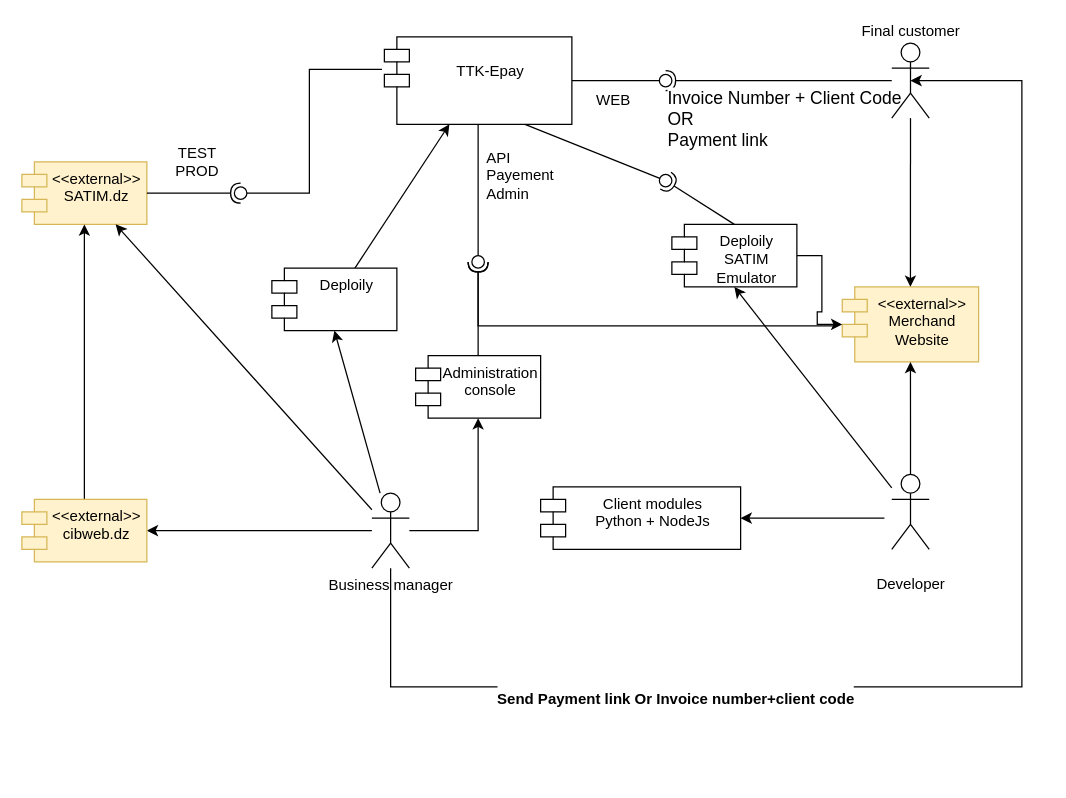
Above: page "TTK-Epay-ecosystem" (1 of 3) of analysis-docs/bpmnworkflow.drawio in deploily/deploily-documentation (draw.io), before the change. Source tidied: cells renumbered, new cells numbered last; positions are measured from the earlier drawing's top-left corner, leaving out a move shared by most shapes. Both pictures are drawn from the tidied source at 125%, with x=0, y=0 at pixel (21, 36).
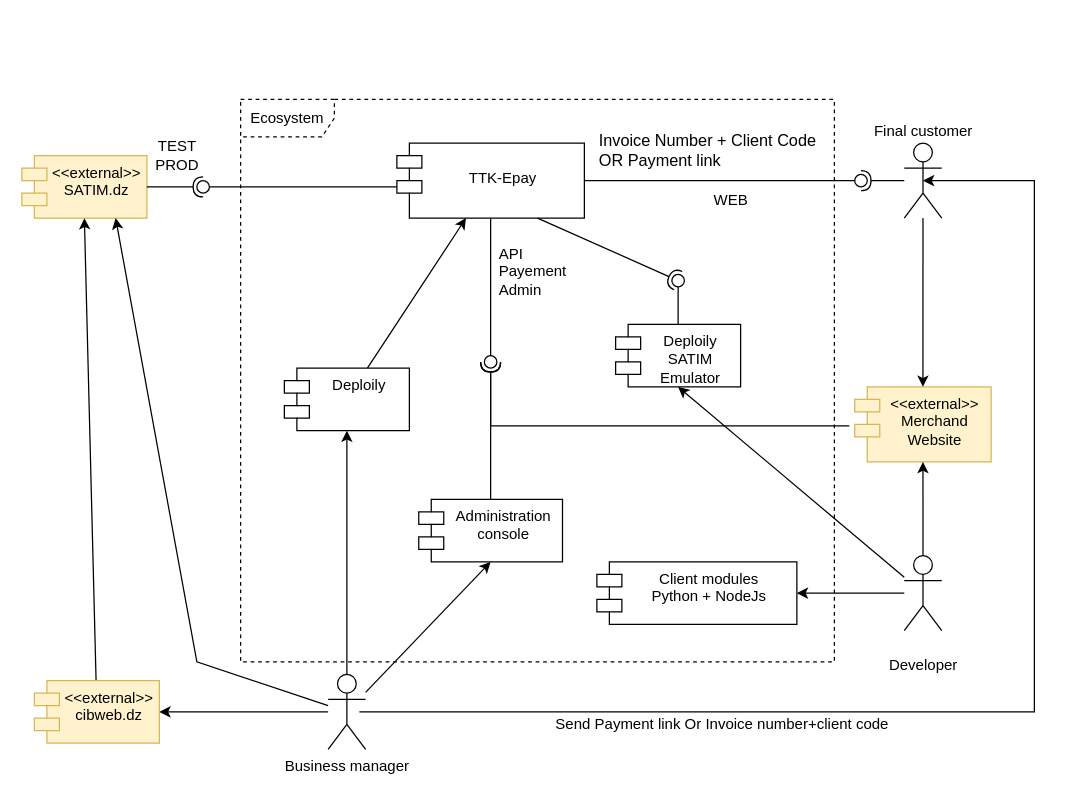
Above is the later version.

The edit, as a diff of the source:
```diff
@@
     <mxCell id="2" value="&lt;br&gt;TTK-Epay" style="shape=module;align=left;spacingLeft=20;align=center;verticalAlign=top;whiteSpace=wrap;html=1;" parent="1" vertex="1">
-      <mxGeometry x="290" width="150" height="70" as="geometry" />
+      <mxGeometry x="300" y="85" width="150" height="60" as="geometry" />
     </mxCell>
-    <mxCell id="3" style="rounded=0;jettySize=auto;html=1;endArrow=halfCircle;endFill=0;endSize=6;strokeWidth=1;sketch=0;exitX=0.5;exitY=0;exitDx=0;exitDy=0;edgeStyle=orthogonalEdgeStyle;" parent="1" edge="1" source="12" target="6">
-      <mxGeometry relative="1" as="geometry" />
-    </mxCell>
-    <mxCell id="4" style="rounded=0;jettySize=auto;html=1;endArrow=oval;endFill=0;sketch=0;sourcePerimeterSpacing=0;targetPerimeterSpacing=0;endSize=10;exitX=0.5;exitY=1;exitDx=0;exitDy=0;" parent="1" edge="1" source="2" target="6">
-      <mxGeometry relative="1" as="geometry" />
-    </mxCell>
+    <mxCell id="41" style="rounded=0;jettySize=auto;html=1;endArrow=halfCircle;endFill=0;endSize=6;strokeWidth=1;sketch=0;exitX=0.5;exitY=0;exitDx=0;exitDy=0;edgeStyle=orthogonalEdgeStyle;" parent="1" edge="1" source="12" target="43">
+      <mxGeometry relative="1" as="geometry" />
+    </mxCell>
+    <mxCell id="42" style="rounded=0;jettySize=auto;html=1;endArrow=oval;endFill=0;sketch=0;sourcePerimeterSpacing=0;targetPerimeterSpacing=0;endSize=10;exitX=0.5;exitY=1;exitDx=0;exitDy=0;" parent="1" edge="1" source="2" target="43">
+      <mxGeometry relative="1" as="geometry" />
+    </mxCell>
-    <mxCell id="5" value="&lt;font style=&quot;font-size: 12px;&quot;&gt;API&lt;br&gt;Payement&lt;br&gt;Admin&lt;/font&gt;" style="edgeLabel;html=1;align=left;verticalAlign=middle;" parent="4" vertex="1">
+    <mxCell id="5" value="&lt;font style=&quot;font-size: 12px;&quot;&gt;API&lt;br&gt;Payement&lt;br&gt;Admin&lt;/font&gt;" style="edgeLabel;html=1;align=left;verticalAlign=middle;" parent="42" vertex="1">
       <mxGeometry x="-0.41" y="2" relative="1" as="geometry">
         <mxPoint x="3" y="8" as="offset" />
       </mxGeometry>
     </mxCell>
-    <mxCell id="6" style="ellipse;whiteSpace=wrap;html=1;align=center;fillColor=none;strokeColor=none;perimeter=centerPerimeter;points=[];outlineConnect=1;" parent="1" vertex="1">
-      <mxGeometry x="360" y="175" width="10" height="10" as="geometry" />
-    </mxCell>
-    <mxCell id="7" style="rounded=0;jettySize=auto;html=1;endArrow=halfCircle;endFill=0;endSize=6;strokeWidth=1;sketch=0;" parent="1" edge="1" source="19" target="11">
-      <mxGeometry relative="1" as="geometry" />
-    </mxCell>
+    <mxCell id="43" style="ellipse;whiteSpace=wrap;html=1;align=center;fillColor=none;strokeColor=none;perimeter=centerPerimeter;points=[];outlineConnect=1;" parent="1" vertex="1">
+      <mxGeometry x="370" y="255" width="10" height="10" as="geometry" />
+    </mxCell>
+    <mxCell id="44" style="rounded=0;jettySize=auto;html=1;endArrow=halfCircle;endFill=0;endSize=6;strokeWidth=1;sketch=0;" parent="1" edge="1" source="19" target="46">
+      <mxGeometry relative="1" as="geometry" />
+    </mxCell>
-    <mxCell id="8" value="&lt;font style=&quot;font-size: 14px;&quot;&gt;Invoice Number + Client Code&lt;br&gt;OR &lt;br&gt;Payment link&lt;/font&gt;" style="edgeLabel;html=1;align=left;verticalAlign=middle;" parent="7" vertex="1">
+    <mxCell id="8" value="&lt;font&gt;Invoice Number + Client Code&lt;br&gt;OR&amp;nbsp;Payment link&lt;/font&gt;" style="edgeLabel;html=1;align=left;verticalAlign=middle;fontSize=13;" parent="44" vertex="1">
       <mxGeometry x="-0.26" relative="1" as="geometry">
-        <mxPoint x="-114" y="30" as="offset" />
+        <mxPoint x="-233" y="-25" as="offset" />
       </mxGeometry>
     </mxCell>
-    <mxCell id="9" style="rounded=0;jettySize=auto;html=1;endArrow=oval;endFill=0;sketch=0;sourcePerimeterSpacing=0;targetPerimeterSpacing=0;endSize=10;exitX=1;exitY=0.5;exitDx=0;exitDy=0;" parent="1" edge="1" source="2" target="11">
-      <mxGeometry relative="1" as="geometry" />
-    </mxCell>
+    <mxCell id="45" style="rounded=0;jettySize=auto;html=1;endArrow=oval;endFill=0;sketch=0;sourcePerimeterSpacing=0;targetPerimeterSpacing=0;endSize=10;exitX=1;exitY=0.5;exitDx=0;exitDy=0;" parent="1" edge="1" source="2" target="46">
+      <mxGeometry relative="1" as="geometry" />
+    </mxCell>
-    <mxCell id="10" value="&lt;font style=&quot;font-size: 12px;&quot;&gt;WEB&lt;/font&gt;" style="edgeLabel;html=1;align=center;verticalAlign=middle;" parent="9" vertex="1">
+    <mxCell id="10" value="&lt;font style=&quot;font-size: 12px;&quot;&gt;WEB&lt;/font&gt;" style="edgeLabel;html=1;align=center;verticalAlign=middle;" parent="45" vertex="1">
       <mxGeometry x="0.16" y="-1" relative="1" as="geometry">
         <mxPoint x="-12" y="14" as="offset" />
       </mxGeometry>
     </mxCell>
-    <mxCell id="11" style="ellipse;whiteSpace=wrap;html=1;align=center;fillColor=none;strokeColor=none;perimeter=centerPerimeter;points=[];outlineConnect=1;" parent="1" vertex="1">
-      <mxGeometry x="510" y="30" width="10" height="10" as="geometry" />
-    </mxCell>
+    <mxCell id="46" style="ellipse;whiteSpace=wrap;html=1;align=center;fillColor=none;strokeColor=none;perimeter=centerPerimeter;points=[];outlineConnect=1;" parent="1" vertex="1">
+      <mxGeometry x="666.3" y="110" width="10" height="10" as="geometry" />
+    </mxCell>
     <mxCell id="12" value="Administration console" style="shape=module;align=left;spacingLeft=20;align=center;verticalAlign=top;whiteSpace=wrap;html=1;" parent="1" vertex="1">
-      <mxGeometry x="315" y="255" width="100" height="50" as="geometry" />
+      <mxGeometry x="317.5" y="370" width="115" height="50" as="geometry" />
     </mxCell>
     <mxCell id="13" value="&amp;lt;&amp;lt;external&amp;gt;&amp;gt;&lt;br&gt;Merchand Website" style="shape=module;align=left;spacingLeft=20;align=center;verticalAlign=top;whiteSpace=wrap;html=1;fillColor=#fff2cc;strokeColor=#d6b656;" parent="1" vertex="1">
-      <mxGeometry x="656.3" y="200" width="109.1" height="60" as="geometry" />
+      <mxGeometry x="666.3" y="280" width="109.1" height="60" as="geometry" />
     </mxCell>
-    <mxCell id="14" style="rounded=0;jettySize=auto;html=1;endArrow=halfCircle;endFill=0;endSize=6;strokeWidth=1;sketch=0;exitX=-0.04;exitY=0.52;exitDx=0;exitDy=0;edgeStyle=orthogonalEdgeStyle;exitPerimeter=0;" parent="1" edge="1" source="13" target="6">
-      <mxGeometry relative="1" as="geometry" />
-    </mxCell>
-    <mxCell id="15" style="edgeStyle=orthogonalEdgeStyle;rounded=0;jettySize=auto;html=1;" parent="1" edge="1" source="16" target="13">
-      <mxGeometry relative="1" as="geometry" />
-    </mxCell>
+    <mxCell id="47" style="rounded=0;jettySize=auto;html=1;endArrow=halfCircle;endFill=0;endSize=6;strokeWidth=1;sketch=0;exitX=-0.04;exitY=0.52;exitDx=0;exitDy=0;edgeStyle=orthogonalEdgeStyle;exitPerimeter=0;" parent="1" edge="1" source="13" target="43">
+      <mxGeometry relative="1" as="geometry" />
+    </mxCell>
     <mxCell id="16" value="Deploily&lt;br&gt;SATIM Emulator" style="shape=module;align=left;spacingLeft=20;align=center;verticalAlign=top;whiteSpace=wrap;html=1;" parent="1" vertex="1">
-      <mxGeometry x="520" y="150" width="100" height="50" as="geometry" />
+      <mxGeometry x="475" y="230" width="100" height="50" as="geometry" />
     </mxCell>
     <mxCell id="17" value="&amp;lt;&amp;lt;external&amp;gt;&amp;gt;&lt;br&gt;SATIM.dz" style="shape=module;align=left;spacingLeft=20;align=center;verticalAlign=top;whiteSpace=wrap;html=1;fillColor=#fff2cc;strokeColor=#d6b656;" parent="1" vertex="1">
-      <mxGeometry y="100" width="100" height="50" as="geometry" />
+      <mxGeometry y="95" width="100" height="50" as="geometry" />
     </mxCell>
@@
     <mxCell id="19" value="Final customer" style="shape=umlActor;verticalLabelPosition=top;verticalAlign=bottom;html=1;labelPosition=center;align=center;" parent="1" vertex="1">
-      <mxGeometry x="695.9" y="5" width="30" height="60" as="geometry" />
+      <mxGeometry x="705.9" y="85" width="30" height="60" as="geometry" />
     </mxCell>
@@
-    <mxCell id="21" style="rounded=0;jettySize=auto;html=1;entryX=1;entryY=0.5;entryDx=0;entryDy=0;" parent="1" edge="1" target="35">
-      <mxGeometry relative="1" as="geometry">
-        <mxPoint x="690" y="385" as="sourcePoint" />
-      </mxGeometry>
-    </mxCell>
+    <mxCell id="48" style="rounded=0;jettySize=auto;html=1;entryX=1;entryY=0.5;entryDx=0;entryDy=0;" parent="1" edge="1" source="23" target="35">
+      <mxGeometry relative="1" as="geometry" />
+    </mxCell>
@@
     <mxCell id="23" value="&lt;br&gt;Developer" style="shape=umlActor;verticalLabelPosition=bottom;verticalAlign=top;html=1;" parent="1" vertex="1">
-      <mxGeometry x="695.9" y="350" width="30" height="60" as="geometry" />
+      <mxGeometry x="705.9" y="415" width="30" height="60" as="geometry" />
     </mxCell>
-    <mxCell id="24" style="edgeStyle=orthogonalEdgeStyle;rounded=0;jettySize=auto;html=1;entryX=0.5;entryY=1;entryDx=0;entryDy=0;" parent="1" edge="1" source="28" target="12">
+    <mxCell id="24" style="rounded=0;jettySize=auto;html=1;entryX=0.5;entryY=1;entryDx=0;entryDy=0;" parent="1" edge="1" source="28" target="12">
       <mxGeometry relative="1" as="geometry" />
     </mxCell>
@@
     <mxCell id="26" style="rounded=0;jettySize=auto;html=1;entryX=0.75;entryY=1;entryDx=0;entryDy=0;" parent="1" edge="1" source="28" target="17">
-      <mxGeometry relative="1" as="geometry" />
+      <mxGeometry relative="1" as="geometry">
+        <Array as="points">
+          <mxPoint x="140" y="500" />
+        </Array>
+      </mxGeometry>
     </mxCell>
@@
     <mxCell id="28" value="Business manager" style="shape=umlActor;verticalLabelPosition=bottom;verticalAlign=top;html=1;" parent="1" vertex="1">
-      <mxGeometry x="280" y="365" width="30" height="60" as="geometry" />
+      <mxGeometry x="245" y="510" width="30" height="60" as="geometry" />
     </mxCell>
-    <mxCell id="29" value="&lt;font style=&quot;font-size: 12px;&quot;&gt;TEST&lt;br&gt;PROD&lt;/font&gt;" style="rounded=0;jettySize=auto;html=1;endArrow=halfCircle;endFill=0;endSize=6;strokeWidth=1;sketch=0;exitX=1;exitY=0.5;exitDx=0;exitDy=0;" parent="1" edge="1" source="17" target="31">
+    <mxCell id="29" value="&lt;font style=&quot;font-size: 12px;&quot;&gt;TEST&lt;br&gt;PROD&lt;/font&gt;" style="rounded=0;jettySize=auto;html=1;endArrow=halfCircle;endFill=0;endSize=6;strokeWidth=1;sketch=0;exitX=1;exitY=0.5;exitDx=0;exitDy=0;" parent="1" edge="1" source="17" target="50">
       <mxGeometry x="0.07" y="25" relative="1" as="geometry" />
     </mxCell>
-    <mxCell id="30" style="rounded=0;jettySize=auto;html=1;endArrow=oval;endFill=0;sketch=0;sourcePerimeterSpacing=0;targetPerimeterSpacing=0;endSize=10;exitX=-0.013;exitY=0.371;exitDx=0;exitDy=0;edgeStyle=orthogonalEdgeStyle;exitPerimeter=0;" parent="1" edge="1" source="2" target="31">
-      <mxGeometry relative="1" as="geometry">
-        <Array as="points">
-          <mxPoint x="230" y="26" />
-          <mxPoint x="230" y="125" />
-        </Array>
-      </mxGeometry>
-    </mxCell>
-    <mxCell id="31" style="ellipse;whiteSpace=wrap;html=1;align=center;fillColor=none;strokeColor=none;perimeter=centerPerimeter;points=[];outlineConnect=1;" parent="1" vertex="1">
-      <mxGeometry x="170" y="120" width="10" height="10" as="geometry" />
-    </mxCell>
-    <mxCell id="32" style="rounded=0;jettySize=auto;html=1;endArrow=halfCircle;endFill=0;endSize=6;strokeWidth=1;sketch=0;exitX=0.5;exitY=0;exitDx=0;exitDy=0;" parent="1" edge="1" source="16" target="34">
-      <mxGeometry relative="1" as="geometry" />
-    </mxCell>
-    <mxCell id="33" style="rounded=0;jettySize=auto;html=1;endArrow=oval;endFill=0;sketch=0;sourcePerimeterSpacing=0;targetPerimeterSpacing=0;endSize=10;exitX=0.75;exitY=1;exitDx=0;exitDy=0;" parent="1" edge="1" source="2" target="34">
-      <mxGeometry relative="1" as="geometry" />
-    </mxCell>
-    <mxCell id="34" style="ellipse;whiteSpace=wrap;html=1;align=center;fillColor=none;strokeColor=none;perimeter=centerPerimeter;points=[];outlineConnect=1;" parent="1" vertex="1">
-      <mxGeometry x="510" y="110" width="10" height="10" as="geometry" />
-    </mxCell>
+    <mxCell id="49" style="rounded=0;jettySize=auto;html=1;endArrow=oval;endFill=0;sketch=0;sourcePerimeterSpacing=0;targetPerimeterSpacing=0;endSize=10;exitX=0;exitY=0;exitDx=0;exitDy=35;exitPerimeter=0;" parent="1" edge="1" source="2" target="50">
+      <mxGeometry relative="1" as="geometry" />
+    </mxCell>
+    <mxCell id="50" style="ellipse;whiteSpace=wrap;html=1;align=center;fillColor=none;strokeColor=none;perimeter=centerPerimeter;points=[];outlineConnect=1;" parent="1" vertex="1">
+      <mxGeometry x="140" y="115" width="10" height="10" as="geometry" />
+    </mxCell>
+    <mxCell id="51" style="rounded=0;jettySize=auto;html=1;endArrow=halfCircle;endFill=0;endSize=6;strokeWidth=1;sketch=0;exitX=0.75;exitY=1;exitDx=0;exitDy=0;" parent="1" edge="1" source="2" target="53">
+      <mxGeometry relative="1" as="geometry" />
+    </mxCell>
+    <mxCell id="52" style="rounded=0;jettySize=auto;html=1;endArrow=oval;endFill=0;sketch=0;sourcePerimeterSpacing=0;targetPerimeterSpacing=0;endSize=10;edgeStyle=elbowEdgeStyle;elbow=vertical;exitX=0.5;exitY=0;exitDx=0;exitDy=0;" parent="1" edge="1" source="16" target="53">
+      <mxGeometry relative="1" as="geometry" />
+    </mxCell>
+    <mxCell id="53" style="ellipse;whiteSpace=wrap;html=1;align=center;fillColor=none;strokeColor=none;perimeter=centerPerimeter;points=[];outlineConnect=1;" parent="1" vertex="1">
+      <mxGeometry x="520" y="190" width="10" height="10" as="geometry" />
+    </mxCell>
     <mxCell id="35" value="Client modules&lt;br&gt;Python + NodeJs" style="shape=module;align=left;spacingLeft=20;align=center;verticalAlign=top;whiteSpace=wrap;html=1;" parent="1" vertex="1">
-      <mxGeometry x="415" y="360" width="160" height="50" as="geometry" />
+      <mxGeometry x="460" y="420" width="160" height="50" as="geometry" />
     </mxCell>
@@
     <mxCell id="37" value="&amp;lt;&amp;lt;external&amp;gt;&amp;gt;&lt;br&gt;cibweb.dz" style="shape=module;align=left;spacingLeft=20;align=center;verticalAlign=top;whiteSpace=wrap;html=1;fillColor=#fff2cc;strokeColor=#d6b656;" parent="1" vertex="1">
-      <mxGeometry y="370" width="100" height="50" as="geometry" />
+      <mxGeometry x="10" y="515" width="100" height="50" as="geometry" />
     </mxCell>
@@
     <mxCell id="39" value="Deploily" style="shape=module;align=left;spacingLeft=20;align=center;verticalAlign=top;whiteSpace=wrap;html=1;" parent="1" vertex="1">
-      <mxGeometry x="200" y="185" width="100" height="50" as="geometry" />
+      <mxGeometry x="210" y="265" width="100" height="50" as="geometry" />
     </mxCell>
-    <mxCell id="40" value="&lt;h5&gt;&lt;font style=&quot;font-size: 12px;&quot;&gt;Send Payment link Or Invoice number+client code&lt;/font&gt;&lt;/h5&gt;" style="edgeStyle=orthogonalEdgeStyle;rounded=0;jettySize=auto;html=1;entryX=0.5;entryY=0.5;entryDx=0;entryDy=0;entryPerimeter=0;" parent="1" edge="1" source="28" target="19">
+    <mxCell id="40" value="&lt;h5&gt;&lt;font style=&quot;font-size: 12px; font-weight: normal;&quot;&gt;Send Payment link Or Invoice number+client code&lt;/font&gt;&lt;/h5&gt;" style="edgeStyle=orthogonalEdgeStyle;rounded=0;jettySize=auto;html=1;entryX=0.5;entryY=0.5;entryDx=0;entryDy=0;entryPerimeter=0;labelBackgroundColor=none;fontStyle=0;" parent="1" edge="1" target="19">
       <mxGeometry x="-0.45" y="-10" relative="1" as="geometry">
+        <mxPoint x="270" y="540" as="sourcePoint" />
         <Array as="points">
-          <mxPoint x="295" y="520" />
-          <mxPoint x="800" y="520" />
-          <mxPoint x="800" y="35" />
+          <mxPoint x="810" y="540" />
+          <mxPoint x="810" y="115" />
         </Array>
       </mxGeometry>
     </mxCell>
+    <mxCell id="54" value="Ecosystem" style="shape=umlFrame;whiteSpace=wrap;html=1;width=75;height=30;dashed=1;" parent="1" vertex="1">
+      <mxGeometry x="175" y="50" width="475" height="450" as="geometry" />
+    </mxCell>
```
